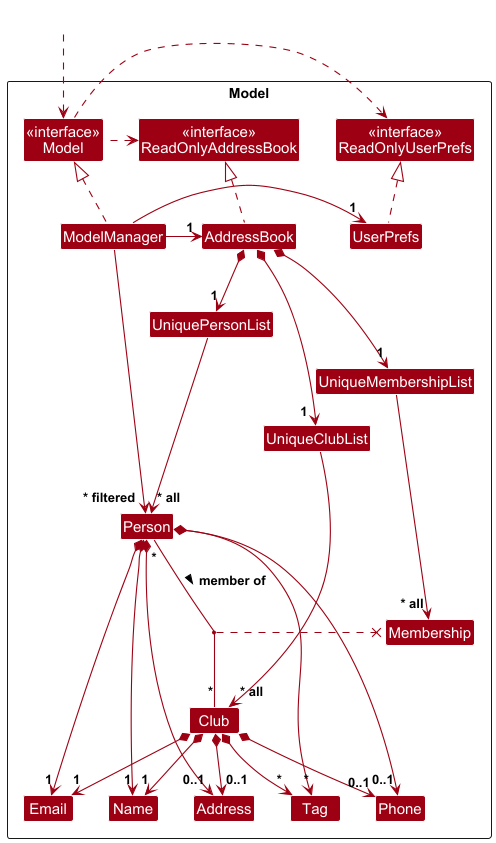
The PlantUML diagram docs/images/ModelClassDiagram.png in krxm107/tp, before a commit.
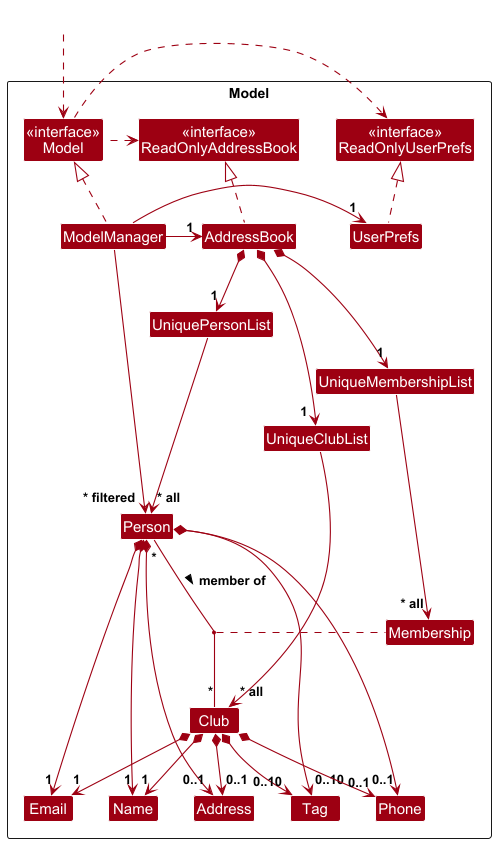
After the change.

Commit message:
Update Model and BetterModel diagrams

Change to the diagram source:
```diff
@@ -57,17 +57,17 @@
 Person *--> "0..1" Phone
 Person *--> "1" Email
 Person *--> "0..1" Address
-Person *--> "*" Tag
+Person *--> "0..10" Tag
 
 UniqueClubList --> "~* all" Club
 Club *--> "1" Name
 Club *--> "0..1" Phone
 Club *--> "1" Email
 Club *--> "0..1" Address
-Club *--> "*" Tag
+Club *--> "0..10" Tag
 
 Person "*" -- "*" Club : member of >
-(Club, Person) ..x Membership
+(Club, Person) .. Membership
 
 UniqueMembershipList --> "~* all" Membership
 
```
